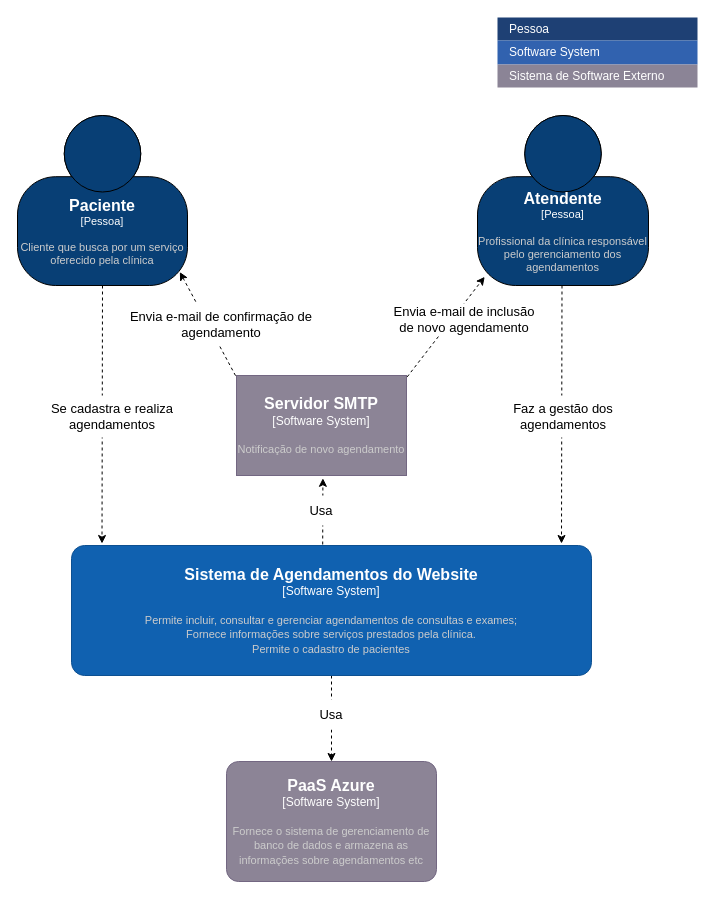
Above: C4-Diagram-ClinicaMedica.drawio in betosedenho/ProjetoIntegrado-EngSoftware (draw.io), before the change. Source tidied: cells renumbered, new cells numbered last; positions are measured from the earlier drawing's top-left corner, leaving out a move shared by most shapes. Both pictures are drawn from the tidied source at 100%, with x=0, y=0 at pixel (17, 17).
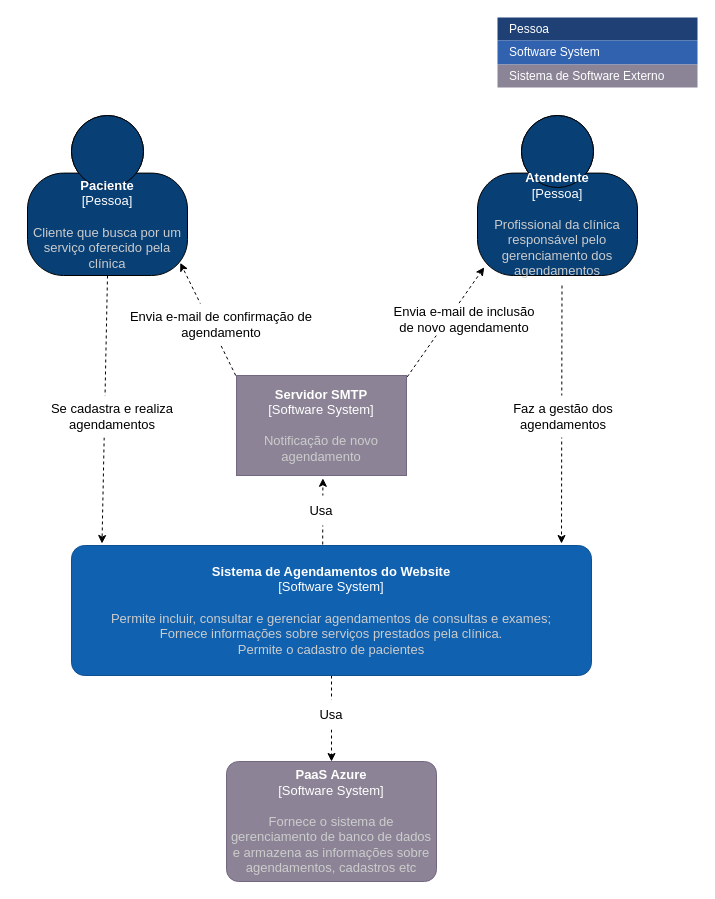
The same diagram, later.

The edit, as a diff of the source:
```diff
@@
-    <object id="2" label="&lt;font style=&quot;font-size: 16px&quot;&gt;&lt;b&gt;%c4Name%&lt;/b&gt;&lt;/font&gt;&lt;div&gt;[%c4Type%]&lt;/div&gt;&lt;br&gt;&lt;div&gt;&lt;font style=&quot;font-size: 11px&quot;&gt;&lt;font color=&quot;#cccccc&quot;&gt;%c4Description%&lt;/font&gt;&lt;/div&gt;" c4Description="Cliente que busca por um serviço oferecido pela clínica" c4Name="Paciente" c4Type="Pessoa" placeholders="1">
-      <mxCell style="html=1;fontSize=11;dashed=0;whitespace=wrap;fillColor=#083F75;strokeColor=default;fontColor=#ffffff;shape=mxgraph.c4.person2;align=center;points=[[0.5,0,0],[1,0.5,0],[1,0.75,0],[0.75,1,0],[0.5,1,0],[0.25,1,0],[0,0.75,0],[0,0.5,0]];gradientColor=none;shadow=0;sketch=0;verticalAlign=middle;whiteSpace=wrap;" parent="1" vertex="1">
-        <mxGeometry y="98" width="170" height="170" as="geometry" />
+    <object id="2" label="&lt;font style=&quot;font-size: 13px;&quot;&gt;&lt;b style=&quot;font-size: 13px;&quot;&gt;%c4Name%&lt;/b&gt;&lt;/font&gt;&lt;div style=&quot;font-size: 13px;&quot;&gt;[%c4Type%]&lt;/div&gt;&lt;br style=&quot;font-size: 13px;&quot;&gt;&lt;div style=&quot;font-size: 13px;&quot;&gt;&lt;font style=&quot;font-size: 13px;&quot;&gt;&lt;font color=&quot;#cccccc&quot; style=&quot;font-size: 13px;&quot;&gt;%c4Description%&lt;/font&gt;&lt;/font&gt;&lt;/div&gt;" c4Description="Cliente que busca por um serviço oferecido pela clínica" c4Name="Paciente" c4Type="Pessoa" placeholders="1">
+      <mxCell style="html=1;fontSize=13;dashed=0;whitespace=wrap;fillColor=#083F75;strokeColor=default;fontColor=#ffffff;shape=mxgraph.c4.person2;align=center;points=[[0.5,0,0],[1,0.5,0],[1,0.75,0],[0.75,1,0],[0.5,1,0],[0.25,1,0],[0,0.75,0],[0,0.5,0]];gradientColor=none;shadow=0;sketch=0;verticalAlign=middle;whiteSpace=wrap;" parent="1" vertex="1">
+        <mxGeometry x="10" y="98" width="160" height="160" as="geometry" />
       </mxCell>
     </object>
@@
-    <object id="7" label="&lt;font style=&quot;font-size: 16px&quot;&gt;&lt;b&gt;%c4Name%&lt;/b&gt;&lt;/font&gt;&lt;div&gt;[%c4Type%]&lt;/div&gt;&lt;br&gt;&lt;div&gt;&lt;font style=&quot;font-size: 11px&quot;&gt;&lt;font color=&quot;#cccccc&quot;&gt;%c4Description%&lt;/font&gt;&lt;/div&gt;" c4Description="Profissional da clínica responsável pelo gerenciamento dos agendamentos" c4Name="Atendente" c4Type="Pessoa" placeholders="1">
-      <mxCell style="html=1;fontSize=11;dashed=0;whitespace=wrap;fillColor=#083F75;strokeColor=default;fontColor=#ffffff;shape=mxgraph.c4.person2;align=center;points=[[0.5,0,0],[1,0.5,0],[1,0.75,0],[0.75,1,0],[0.5,1,0],[0.25,1,0],[0,0.75,0],[0,0.5,0]];gradientColor=none;shadow=0;sketch=0;verticalAlign=middle;whiteSpace=wrap;" parent="1" vertex="1">
-        <mxGeometry x="460" y="98" width="171" height="170" as="geometry" />
+    <object id="7" label="&lt;font style=&quot;font-size: 13px;&quot;&gt;&lt;b style=&quot;font-size: 13px;&quot;&gt;%c4Name%&lt;/b&gt;&lt;/font&gt;&lt;div style=&quot;font-size: 13px;&quot;&gt;[%c4Type%]&lt;/div&gt;&lt;br style=&quot;font-size: 13px;&quot;&gt;&lt;div style=&quot;font-size: 13px;&quot;&gt;&lt;font style=&quot;font-size: 13px;&quot;&gt;&lt;font color=&quot;#cccccc&quot; style=&quot;font-size: 13px;&quot;&gt;%c4Description%&lt;/font&gt;&lt;/font&gt;&lt;/div&gt;" c4Description="Profissional da clínica responsável pelo gerenciamento dos agendamentos" c4Name="Atendente" c4Type="Pessoa" placeholders="1">
+      <mxCell style="html=1;fontSize=13;dashed=0;whitespace=wrap;fillColor=#083F75;strokeColor=default;fontColor=#ffffff;shape=mxgraph.c4.person2;align=center;points=[[0.5,0,0],[1,0.5,0],[1,0.75,0],[0.75,1,0],[0.5,1,0],[0.25,1,0],[0,0.75,0],[0,0.5,0]];gradientColor=none;shadow=0;sketch=0;verticalAlign=middle;whiteSpace=wrap;" parent="1" vertex="1">
+        <mxGeometry x="460" y="98" width="160" height="160" as="geometry" />
       </mxCell>
     </object>
@@
-    <object id="10" label="&lt;font style=&quot;font-size: 16px&quot;&gt;&lt;b&gt;%c4Name%&lt;/b&gt;&lt;/font&gt;&lt;div&gt;[%c4Type%]&lt;/div&gt;&lt;br&gt;&lt;div&gt;&lt;font style=&quot;font-size: 11px&quot;&gt;&lt;font color=&quot;#cccccc&quot;&gt;%c4Description%&lt;/font&gt;&lt;/font&gt;&lt;/div&gt;" c4Description="Permite incluir, consultar e gerenciar agendamentos de consultas e exames;&#10;Fornece informações sobre serviços prestados pela clínica. &#10;Permite o cadastro de pacientes" c4Name="Sistema de Agendamentos do Website" c4Type="Software System" placeholders="1">
-      <mxCell style="rounded=1;whiteSpace=wrap;html=1;labelBackgroundColor=none;fillColor=#1061B0;fontColor=#ffffff;align=center;arcSize=10;strokeColor=#0D5091;points=[[0.25,0,0],[0.5,0,0],[0.75,0,0],[1,0.25,0],[1,0.5,0],[1,0.75,0],[0.75,1,0],[0.5,1,0],[0.25,1,0],[0,0.75,0],[0,0.5,0],[0,0.25,0]];shadow=0;sketch=0;labelBorderColor=none;" parent="1" vertex="1">
+    <object id="10" label="&lt;font style=&quot;font-size: 13px;&quot;&gt;&lt;b style=&quot;font-size: 13px;&quot;&gt;%c4Name%&lt;/b&gt;&lt;/font&gt;&lt;div style=&quot;font-size: 13px;&quot;&gt;[%c4Type%]&lt;/div&gt;&lt;br style=&quot;font-size: 13px;&quot;&gt;&lt;div style=&quot;font-size: 13px;&quot;&gt;&lt;font style=&quot;font-size: 13px;&quot;&gt;&lt;font color=&quot;#cccccc&quot; style=&quot;font-size: 13px;&quot;&gt;%c4Description%&lt;/font&gt;&lt;/font&gt;&lt;/div&gt;" c4Description="Permite incluir, consultar e gerenciar agendamentos de consultas e exames;&#10;Fornece informações sobre serviços prestados pela clínica. &#10;Permite o cadastro de pacientes" c4Name="Sistema de Agendamentos do Website" c4Type="Software System" placeholders="1">
+      <mxCell style="rounded=1;whiteSpace=wrap;html=1;labelBackgroundColor=none;fillColor=#1061B0;fontColor=#ffffff;align=center;arcSize=10;strokeColor=#0D5091;points=[[0.25,0,0],[0.5,0,0],[0.75,0,0],[1,0.25,0],[1,0.5,0],[1,0.75,0],[0.75,1,0],[0.5,1,0],[0.25,1,0],[0,0.75,0],[0,0.5,0],[0,0.25,0]];shadow=0;sketch=0;labelBorderColor=none;fontSize=13;" parent="1" vertex="1">
         <mxGeometry x="54" y="528" width="520" height="130" as="geometry" />
       </mxCell>
     </object>
@@
-    <object id="13" label="&lt;font style=&quot;font-size: 16px&quot;&gt;&lt;b&gt;%c4Name%&lt;/b&gt;&lt;/font&gt;&lt;div&gt;[%c4Type%]&lt;/div&gt;&lt;br&gt;&lt;div&gt;&lt;font style=&quot;font-size: 11px&quot;&gt;&lt;font color=&quot;#cccccc&quot;&gt;%c4Description%&lt;/font&gt;&lt;/div&gt;" c4Description="Notificação de novo agendamento" c4Name="Servidor SMTP" c4Type="Software System" placeholders="1">
-      <mxCell style="rounded=1;whiteSpace=wrap;html=1;labelBackgroundColor=none;fillColor=#8C8496;fontColor=#ffffff;align=center;arcSize=0;strokeColor=#736782;points=[[0.25,0,0],[0.5,0,0],[0.75,0,0],[1,0.25,0],[1,0.5,0],[1,0.75,0],[0.75,1,0],[0.5,1,0],[0.25,1,0],[0,0.75,0],[0,0.5,0],[0,0.25,0]];shadow=0;labelBorderColor=none;sketch=0;glass=0;" parent="1" vertex="1">
+    <object id="13" label="&lt;font style=&quot;font-size: 13px;&quot;&gt;&lt;b style=&quot;font-size: 13px;&quot;&gt;%c4Name%&lt;/b&gt;&lt;/font&gt;&lt;div style=&quot;font-size: 13px;&quot;&gt;[%c4Type%]&lt;/div&gt;&lt;br style=&quot;font-size: 13px;&quot;&gt;&lt;div style=&quot;font-size: 13px;&quot;&gt;&lt;font style=&quot;font-size: 13px;&quot;&gt;&lt;font color=&quot;#cccccc&quot; style=&quot;font-size: 13px;&quot;&gt;%c4Description%&lt;/font&gt;&lt;/font&gt;&lt;/div&gt;" c4Description="Notificação de novo agendamento" c4Name="Servidor SMTP" c4Type="Software System" placeholders="1">
+      <mxCell style="rounded=1;whiteSpace=wrap;html=1;labelBackgroundColor=none;fillColor=#8C8496;fontColor=#ffffff;align=center;arcSize=0;strokeColor=#736782;points=[[0.25,0,0],[0.5,0,0],[0.75,0,0],[1,0.25,0],[1,0.5,0],[1,0.75,0],[0.75,1,0],[0.5,1,0],[0.25,1,0],[0,0.75,0],[0,0.5,0],[0,0.25,0]];shadow=0;labelBorderColor=none;sketch=0;glass=0;fontSize=13;" parent="1" vertex="1">
         <mxGeometry x="219" y="358" width="170" height="100" as="geometry" />
       </mxCell>
     </object>
-    <object id="14" label="&lt;font style=&quot;font-size: 16px&quot;&gt;&lt;b&gt;%c4Name%&lt;/b&gt;&lt;/font&gt;&lt;div&gt;[%c4Type%]&lt;/div&gt;&lt;br&gt;&lt;div&gt;&lt;font style=&quot;font-size: 11px&quot;&gt;&lt;font color=&quot;#cccccc&quot;&gt;%c4Description%&lt;/font&gt;&lt;/div&gt;" c4Description="Fornece o sistema de gerenciamento de banco de dados e armazena as informações sobre agendamentos etc" c4Name="PaaS Azure" c4Type="Software System" placeholders="1">
-      <mxCell style="rounded=1;whiteSpace=wrap;html=1;labelBackgroundColor=none;fillColor=#8C8496;fontColor=#ffffff;align=center;arcSize=10;strokeColor=#736782;points=[[0.25,0,0],[0.5,0,0],[0.75,0,0],[1,0.25,0],[1,0.5,0],[1,0.75,0],[0.75,1,0],[0.5,1,0],[0.25,1,0],[0,0.75,0],[0,0.5,0],[0,0.25,0]];shadow=0;labelBorderColor=none;sketch=0;" parent="1" vertex="1">
+    <object id="14" label="&lt;font style=&quot;font-size: 13px;&quot;&gt;&lt;b style=&quot;font-size: 13px;&quot;&gt;%c4Name%&lt;/b&gt;&lt;/font&gt;&lt;div style=&quot;font-size: 13px;&quot;&gt;[%c4Type%]&lt;/div&gt;&lt;br style=&quot;font-size: 13px;&quot;&gt;&lt;div style=&quot;font-size: 13px;&quot;&gt;&lt;font style=&quot;font-size: 13px;&quot;&gt;&lt;font color=&quot;#cccccc&quot; style=&quot;font-size: 13px;&quot;&gt;%c4Description%&lt;/font&gt;&lt;/font&gt;&lt;/div&gt;" c4Description="Fornece o sistema de gerenciamento de banco de dados e armazena as informações sobre agendamentos, cadastros etc" c4Name="PaaS Azure" c4Type="Software System" placeholders="1">
+      <mxCell style="rounded=1;whiteSpace=wrap;html=1;labelBackgroundColor=none;fillColor=#8C8496;fontColor=#ffffff;align=center;arcSize=10;strokeColor=#736782;points=[[0.25,0,0],[0.5,0,0],[0.75,0,0],[1,0.25,0],[1,0.5,0],[1,0.75,0],[0.75,1,0],[0.5,1,0],[0.25,1,0],[0,0.75,0],[0,0.5,0],[0,0.25,0]];shadow=0;labelBorderColor=none;sketch=0;fontSize=13;" parent="1" vertex="1">
         <mxGeometry x="209" y="744" width="210" height="120" as="geometry" />
       </mxCell>
     </object>
@@
-    <mxCell id="16" value="&lt;font style=&quot;font-size: 13px;&quot;&gt;Envia e-mail de confirmação de agendamento&lt;/font&gt;" style="text;html=1;align=center;verticalAlign=middle;whiteSpace=wrap;rounded=0;fillColor=#FFFFFF;strokeColor=none;dashed=1;" parent="1" vertex="1">
+    <mxCell id="16" value="&lt;font style=&quot;font-size: 13px;&quot;&gt;Envia e-mail de confirmação de agendamento&lt;/font&gt;" style="text;html=1;align=center;verticalAlign=middle;whiteSpace=wrap;rounded=0;fillColor=#FFFFFF;strokeColor=none;dashed=1;fontSize=13;" parent="1" vertex="1">
       <mxGeometry x="109" y="286" width="190" height="42" as="geometry" />
     </mxCell>
-    <mxCell id="17" value="&lt;font style=&quot;font-size: 13px;&quot;&gt;Envia e-mail de inclusão de novo agendamento&lt;/font&gt;" style="text;html=1;align=center;verticalAlign=middle;whiteSpace=wrap;rounded=0;fillColor=#FFFFFF;strokeColor=none;dashed=1;" parent="1" vertex="1">
+    <mxCell id="17" value="&lt;font style=&quot;font-size: 13px;&quot;&gt;Envia e-mail de inclusão de novo agendamento&lt;/font&gt;" style="text;html=1;align=center;verticalAlign=middle;whiteSpace=wrap;rounded=0;fillColor=#FFFFFF;strokeColor=none;dashed=1;fontSize=13;" parent="1" vertex="1">
       <mxGeometry x="367" y="286" width="160" height="32" as="geometry" />
     </mxCell>
@@
-    <mxCell id="19" value="&lt;font style=&quot;font-size: 13px;&quot;&gt;Se cadastra e realiza agendamentos&lt;/font&gt;" style="text;html=1;align=center;verticalAlign=middle;whiteSpace=wrap;rounded=0;fillColor=#FFFFFF;strokeColor=none;dashed=1;" parent="1" vertex="1">
+    <mxCell id="19" value="&lt;font style=&quot;font-size: 13px;&quot;&gt;Se cadastra e realiza agendamentos&lt;/font&gt;" style="text;html=1;align=center;verticalAlign=middle;whiteSpace=wrap;rounded=0;fillColor=#FFFFFF;strokeColor=none;dashed=1;fontSize=13;" parent="1" vertex="1">
       <mxGeometry x="20" y="378" width="150" height="42" as="geometry" />
     </mxCell>
-    <mxCell id="20" value="&lt;font style=&quot;font-size: 13px;&quot;&gt;Faz a gestão dos agendamentos&lt;/font&gt;" style="text;html=1;align=center;verticalAlign=middle;whiteSpace=wrap;rounded=0;fillColor=#FFFFFF;strokeColor=none;dashed=1;" parent="1" vertex="1">
+    <mxCell id="20" value="&lt;font style=&quot;font-size: 13px;&quot;&gt;Faz a gestão dos agendamentos&lt;/font&gt;" style="text;html=1;align=center;verticalAlign=middle;whiteSpace=wrap;rounded=0;fillColor=#FFFFFF;strokeColor=none;dashed=1;fontSize=13;" parent="1" vertex="1">
       <mxGeometry x="470.5" y="378" width="150" height="42" as="geometry" />
     </mxCell>
```
